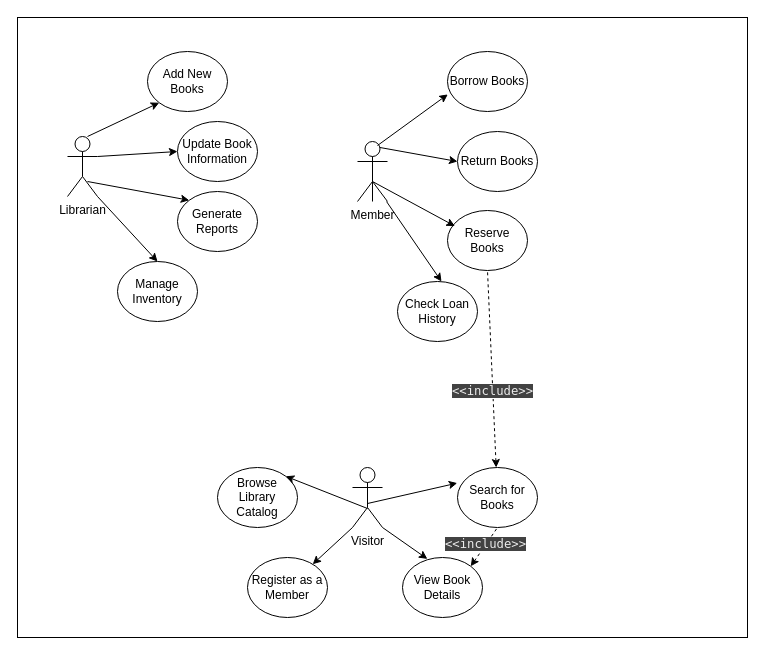
Earlier version of the draw.io diagram Use Case Diagram for a Library Management System.drawio (bishwasadh/draw.io). Source tidied: cells renumbered, new cells numbered last; positions are measured from the earlier drawing's top-left corner, leaving out a move shared by most shapes. Both pictures are drawn from the tidied source at 100%, with x=0, y=0 at pixel (17, 17).
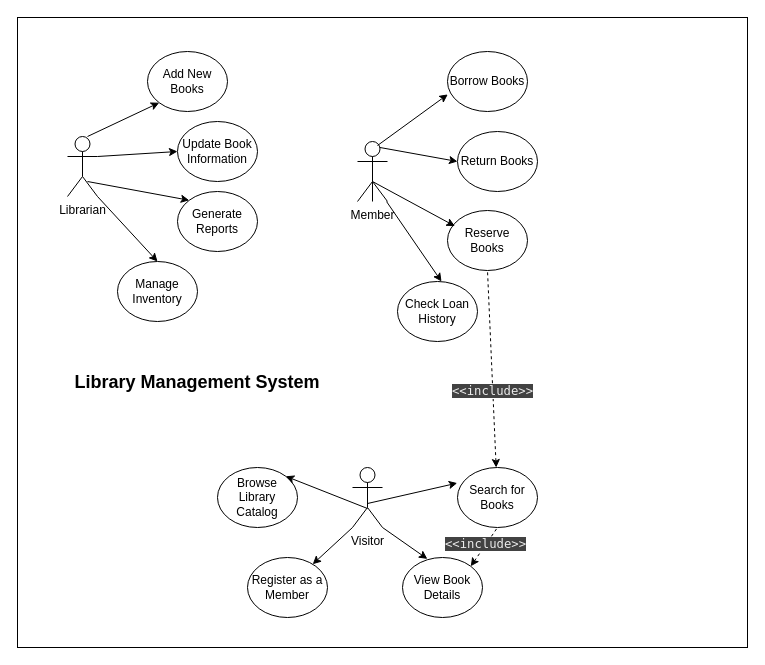
After the change.

Change to the diagram source:
```diff
@@
     <mxCell id="2" style="rounded=0;whiteSpace=wrap;html=1;" parent="1" vertex="1">
-      <mxGeometry width="730" height="620" as="geometry" />
+      <mxGeometry width="730" height="630" as="geometry" />
     </mxCell>
@@
+    <mxCell id="34" value="&lt;b&gt;&lt;font style=&quot;font-size: 18px;&quot;&gt;Library Management System&lt;/font&gt;&lt;/b&gt;" style="text;html=1;align=center;verticalAlign=middle;whiteSpace=wrap;rounded=0;" parent="1" vertex="1">
+      <mxGeometry x="50" y="350" width="260" height="30" as="geometry" />
+    </mxCell>
```
